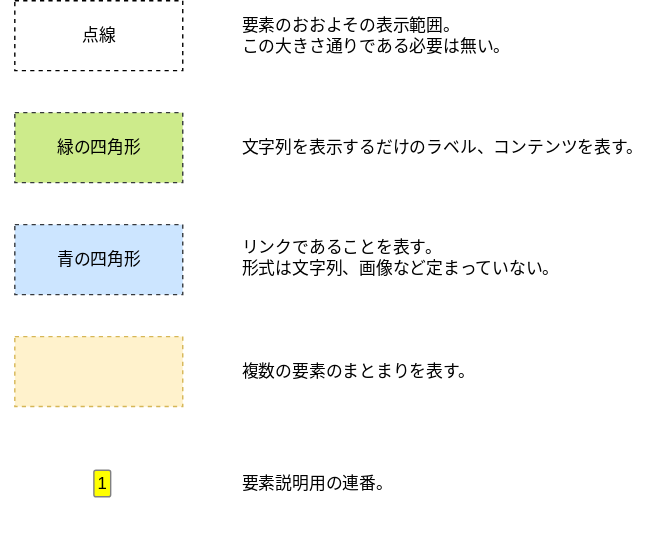
Before: doc/3_screens/レイアウトの見方.drawio.svg, a diagram exported from draw.io (hachimitu22/MangaViewer). Source tidied: cells renumbered, new cells last; positions are measured from the earlier drawing's top-left corner, leaving out a move shared by most shapes.
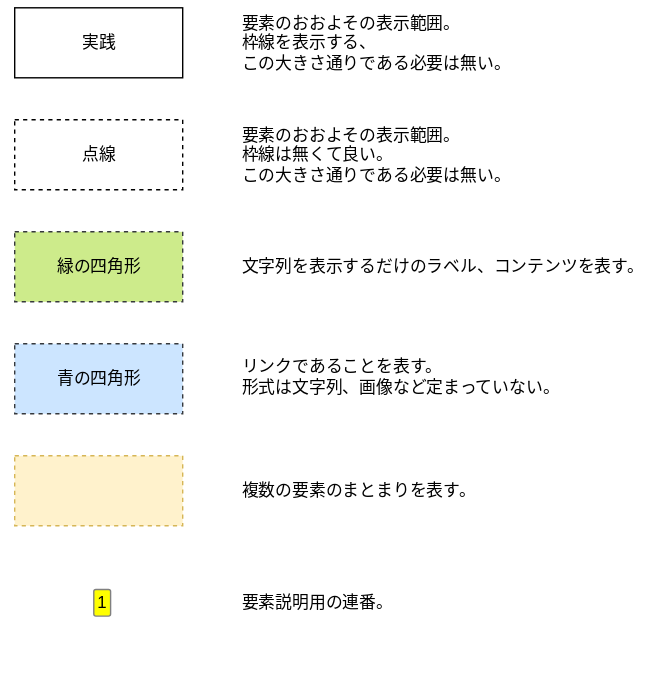
After the change.

The edit, as a diff of the source:
```diff
@@ -23,8 +23,8 @@
     <mxCell id="8" value="点線" style="text;html=1;align=center;verticalAlign=middle;whiteSpace=wrap;rounded=0;dashed=1;enumerate=0;strokeColor=default;" parent="1" vertex="1">
       <mxGeometry x="10" width="120" height="50" as="geometry" />
     </mxCell>
-    <mxCell id="9" value="要素のおおよその表示範囲。&lt;div&gt;この大きさ通りである必要は無い。&lt;/div&gt;" style="text;html=1;align=left;verticalAlign=middle;strokeColor=none;fillColor=none;" parent="1" vertex="1">
-      <mxGeometry x="170" y="5" width="220" height="40" as="geometry" />
+    <mxCell id="9" value="要素のおおよその表示範囲。&lt;div&gt;枠線は無くて良い。&lt;br&gt;&lt;div&gt;この大きさ通りである必要は無い。&lt;/div&gt;&lt;/div&gt;" style="text;html=1;align=left;verticalAlign=middle;strokeColor=none;fillColor=none;" parent="1" vertex="1">
+      <mxGeometry x="170" y="-5" width="220" height="60" as="geometry" />
     </mxCell>
     <mxCell id="10" value="複数の要素のまとまりを表す。" style="text;html=1;align=left;verticalAlign=middle;strokeColor=none;fillColor=none;" parent="1" vertex="1">
       <mxGeometry x="170" y="250" width="190" height="30" as="geometry" />
@@ -32,5 +32,11 @@
     <mxCell id="11" value="要素説明用の連番。" style="text;html=1;align=left;verticalAlign=middle;strokeColor=none;fillColor=none;" parent="1" vertex="1">
       <mxGeometry x="170" y="330" width="130" height="30" as="geometry" />
     </mxCell>
+    <mxCell id="12" value="実践" style="text;html=1;align=center;verticalAlign=middle;whiteSpace=wrap;rounded=0;enumerate=0;strokeColor=default;" parent="1" vertex="1">
+      <mxGeometry x="10" y="-80" width="120" height="50" as="geometry" />
+    </mxCell>
+    <mxCell id="13" value="要素のおおよその表示範囲。&lt;div&gt;枠線を表示する、&lt;/div&gt;&lt;div&gt;&lt;span style=&quot;background-color: transparent; color: light-dark(rgb(0, 0, 0), rgb(255, 255, 255));&quot;&gt;この大きさ通りである必要は無い。&lt;/span&gt;&lt;/div&gt;" style="text;html=1;align=left;verticalAlign=middle;strokeColor=none;fillColor=none;" parent="1" vertex="1">
+      <mxGeometry x="170" y="-85" width="220" height="60" as="geometry" />
+    </mxCell>
   </root>
 </mxGraphModel>
```
